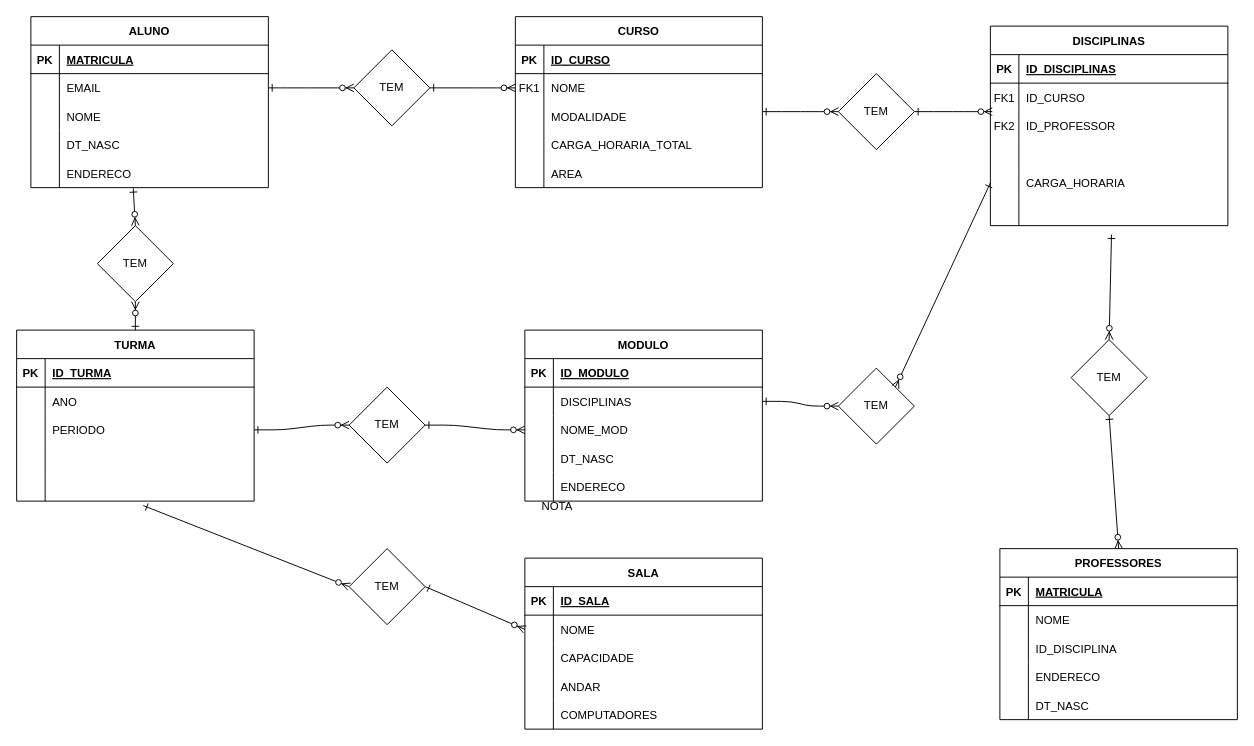
adrianopspadilha/BDR-W keeps this draw.io diagram as Diagrama sem nome.drawio. Above is the earlier version. Source tidied: cells renumbered, new cells numbered last; positions are measured from the earlier drawing's top-left corner, leaving out a move shared by most shapes. Both pictures are drawn from the tidied source at 95%, with x=0, y=0 at pixel (16, 16).
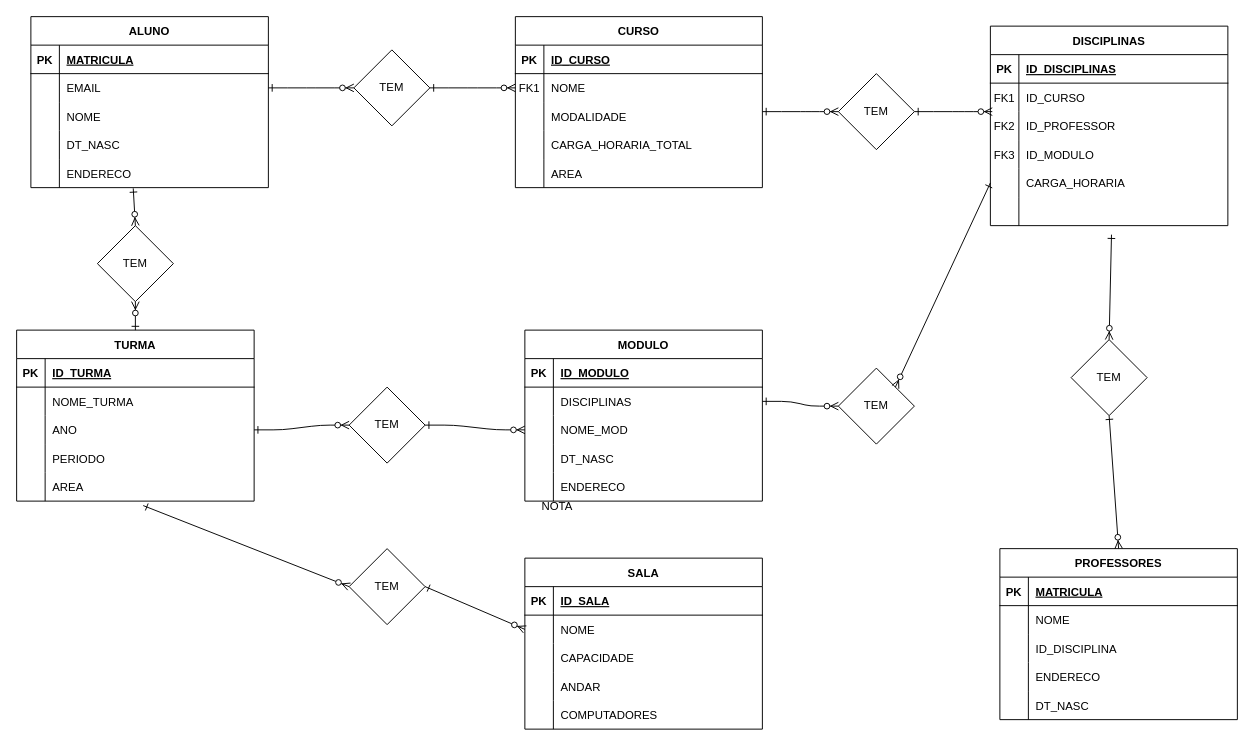
Above is the later version.

Unchanged cells that the change refers to:
```xml
<mxCell id="30" style="shape=partialRectangle;fillColor=none;top=0;left=0;right=0;bottom=0;" parent="20" vertex="1">
  <mxGeometry y="120" width="250" height="30" as="geometry" />
</mxCell>
<mxCell id="76" style="shape=partialRectangle;fillColor=none;top=0;left=0;right=0;bottom=0;" parent="72" vertex="1">
  <mxGeometry y="60" width="250" height="30" as="geometry" />
</mxCell>
<mxCell id="79" style="shape=partialRectangle;fillColor=none;points=[[0,0.5],[1,0.5]];portConstraint=eastwest;top=0;left=0;right=0;bottom=0;" parent="72" vertex="1">
  <mxGeometry y="90" width="250" height="30" as="geometry" />
</mxCell>
<mxCell id="82" style="shape=partialRectangle;fillColor=none;top=0;left=0;right=0;bottom=0;" parent="72" vertex="1">
  <mxGeometry y="120" width="250" height="30" as="geometry" />
</mxCell>
<mxCell id="85" style="shape=partialRectangle;fillColor=none;points=[[0,0.5],[1,0.5]];portConstraint=eastwest;top=0;left=0;right=0;bottom=0;" parent="72" vertex="1">
  <mxGeometry y="150" width="250" height="30" as="geometry" />
</mxCell>
```

Diff of the diagram source:
```diff
@@
-    <mxCell id="31" style="shape=partialRectangle;overflow=hidden;fillColor=none;top=0;left=0;bottom=0;right=0;" parent="30" vertex="1">
+    <mxCell id="31" value="FK3" style="shape=partialRectangle;overflow=hidden;fillColor=none;top=0;left=0;bottom=0;right=0;" parent="30" vertex="1">
       <mxGeometry width="30" height="30" as="geometry" />
     </mxCell>
@@
-    <mxCell id="78" value="ANO" style="shape=partialRectangle;overflow=hidden;fillColor=none;top=0;left=0;bottom=0;right=0;align=left;spacingLeft=6;" parent="76" vertex="1">
+    <mxCell id="78" value="NOME_TURMA" style="shape=partialRectangle;overflow=hidden;fillColor=none;top=0;left=0;bottom=0;right=0;align=left;spacingLeft=6;" parent="76" vertex="1">
       <mxGeometry x="30" width="220" height="30" as="geometry" />
     </mxCell>
@@
-    <mxCell id="81" value="PERIODO" style="shape=partialRectangle;overflow=hidden;fillColor=none;top=0;left=0;bottom=0;right=0;align=left;spacingLeft=6;" parent="79" vertex="1">
+    <mxCell id="81" value="ANO" style="shape=partialRectangle;overflow=hidden;fillColor=none;top=0;left=0;bottom=0;right=0;align=left;spacingLeft=6;" parent="79" vertex="1">
       <mxGeometry x="30" width="220" height="30" as="geometry" />
     </mxCell>
@@
-    <mxCell id="84" style="shape=partialRectangle;overflow=hidden;fillColor=none;top=0;left=0;bottom=0;right=0;align=left;spacingLeft=6;" parent="82" vertex="1">
+    <mxCell id="84" value="PERIODO" style="shape=partialRectangle;overflow=hidden;fillColor=none;top=0;left=0;bottom=0;right=0;align=left;spacingLeft=6;" parent="82" vertex="1">
       <mxGeometry x="30" width="220" height="30" as="geometry" />
     </mxCell>
@@
-    <mxCell id="87" style="shape=partialRectangle;overflow=hidden;fillColor=none;top=0;left=0;bottom=0;right=0;align=left;spacingLeft=6;" parent="85" vertex="1">
+    <mxCell id="87" value="AREA" style="shape=partialRectangle;overflow=hidden;fillColor=none;top=0;left=0;bottom=0;right=0;align=left;spacingLeft=6;" parent="85" vertex="1">
       <mxGeometry x="30" width="220" height="30" as="geometry" />
     </mxCell>
@@
+    <mxCell id="139" value="ID_MODULO" style="shape=partialRectangle;overflow=hidden;fillColor=none;top=0;left=0;bottom=0;right=0;align=left;spacingLeft=6;" parent="1" vertex="1">
+      <mxGeometry x="1055" y="130" width="220" height="30" as="geometry" />
+    </mxCell>
```
